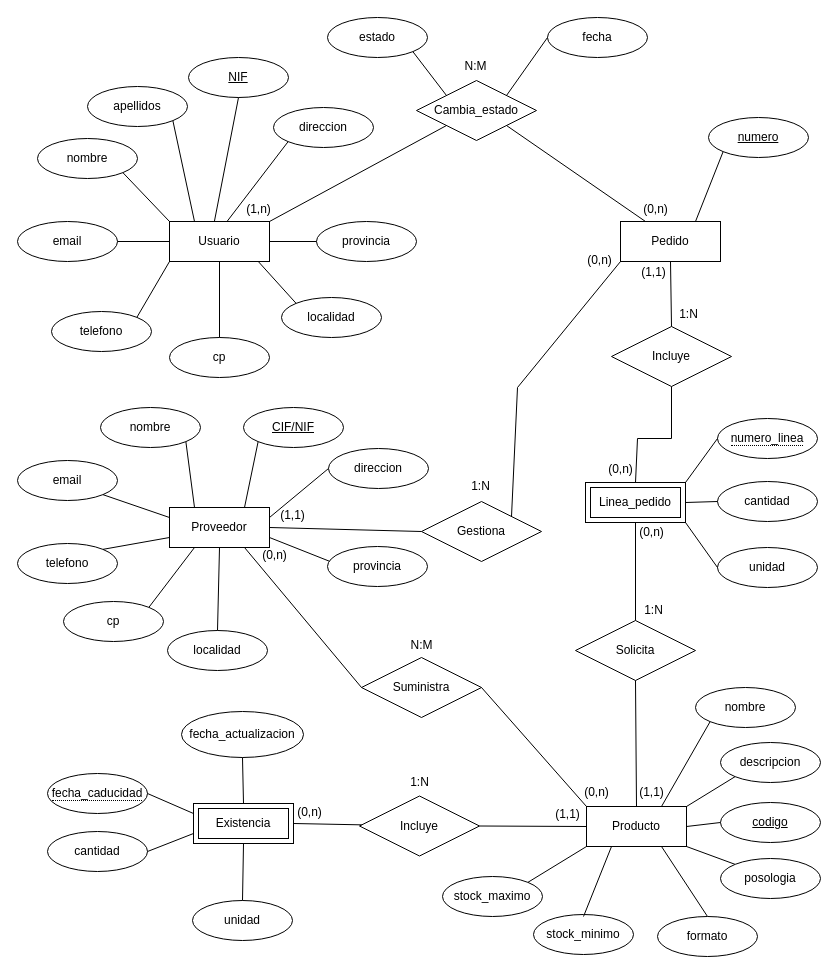
mariopr25/StockAlmacen-ER keeps this draw.io diagram as Diagrama sin título.drawio. Above is the earlier version. Source tidied: cells renumbered, new cells numbered last; positions are measured from the earlier drawing's top-left corner, leaving out a move shared by most shapes. Both pictures are drawn from the tidied source at 100%, with x=0, y=0 at pixel (17, 17).
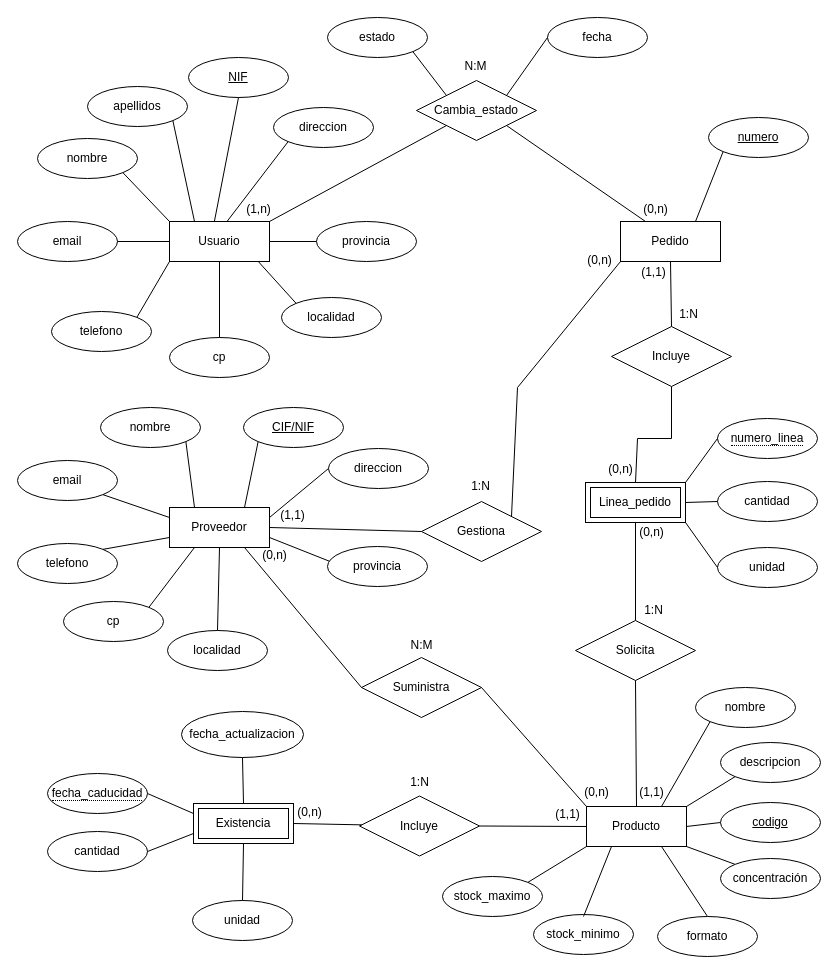
The same diagram, later.

Change to the diagram source:
```diff
@@
-    <mxCell id="103" value="posologia" style="ellipse;whiteSpace=wrap;html=1;align=center;" parent="1" vertex="1">
+    <mxCell id="103" value="concentración" style="ellipse;whiteSpace=wrap;html=1;align=center;" parent="1" vertex="1">
       <mxGeometry x="703" y="841" width="100" height="40" as="geometry" />
     </mxCell>
```
